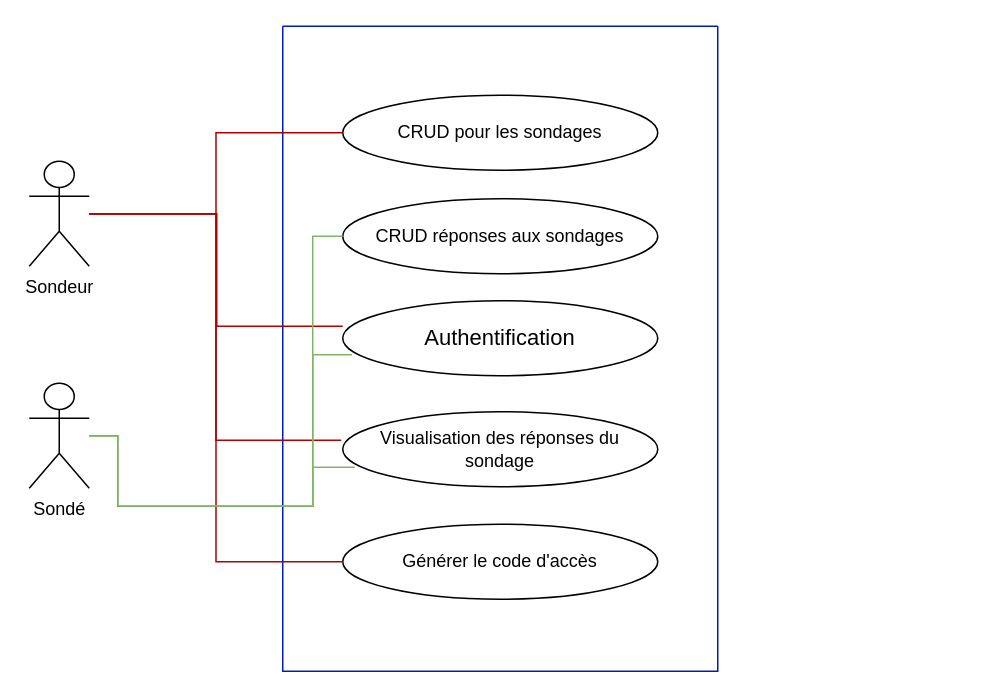
Above: Documentations/diagramme-uses-cases.drawio in micdesgalier/LAJA (draw.io), before the change. Source tidied: cells renumbered, new cells numbered last; positions are measured from the earlier drawing's top-left corner, leaving out a move shared by most shapes. Both pictures are drawn from the tidied source at 150%, with x=0, y=0 at pixel (28, 26).
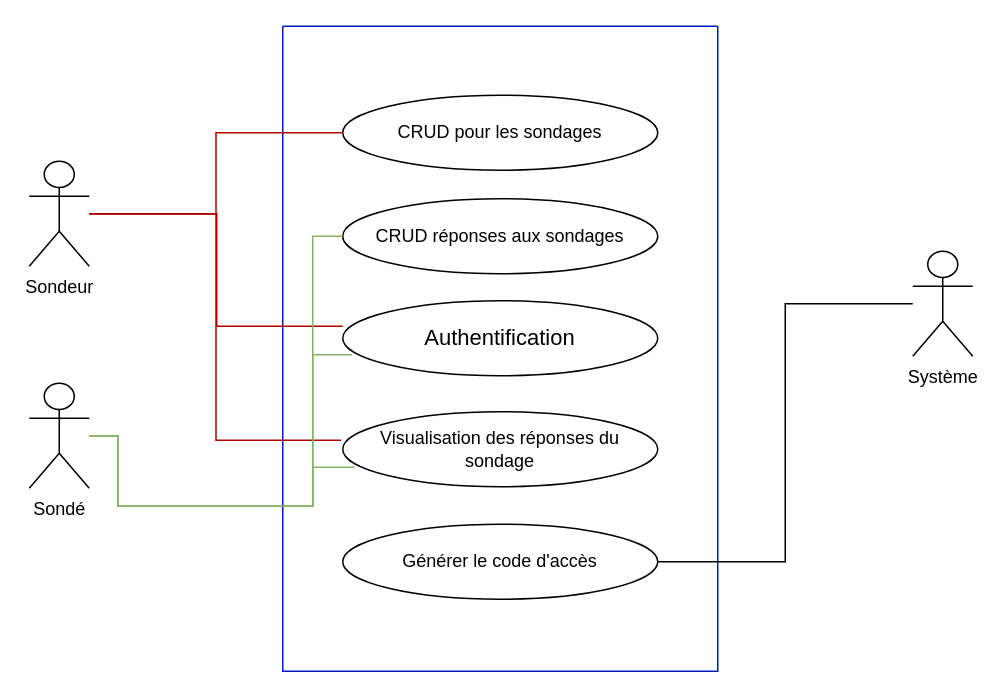
After the change.

The change refers to these unchanged cells:
```xml
<mxCell id="7" value="Générer le code d'accès" style="ellipse;whiteSpace=wrap;html=1;" parent="2" vertex="1">
  <mxGeometry x="40" y="332" width="210" height="50" as="geometry" />
</mxCell>
<mxCell id="12" value="Sondeur" style="shape=umlActor;verticalLabelPosition=bottom;verticalAlign=top;html=1;outlineConnect=0;" parent="1" vertex="1">
  <mxGeometry y="90" width="40" height="70" as="geometry" />
</mxCell>
```

The edit, as a diff of the source:
```diff
@@
-    <mxCell id="11" style="edgeStyle=orthogonalEdgeStyle;rounded=0;jettySize=auto;html=1;endArrow=none;endFill=0;entryX=0;entryY=0.5;entryDx=0;entryDy=0;fillColor=#e51400;strokeColor=#B20000;" parent="1" edge="1" source="12" target="7">
-      <mxGeometry relative="1" as="geometry" />
-    </mxCell>
@@
+    <mxCell id="17" style="edgeStyle=orthogonalEdgeStyle;rounded=0;jettySize=auto;html=1;entryX=1;entryY=0.5;entryDx=0;entryDy=0;endArrow=none;endFill=0;" parent="1" edge="1" source="18" target="7">
+      <mxGeometry relative="1" as="geometry" />
+    </mxCell>
+    <mxCell id="18" value="Système" style="shape=umlActor;verticalLabelPosition=bottom;verticalAlign=top;html=1;outlineConnect=0;" parent="1" vertex="1">
+      <mxGeometry x="589" y="150" width="40" height="70" as="geometry" />
+    </mxCell>
```
